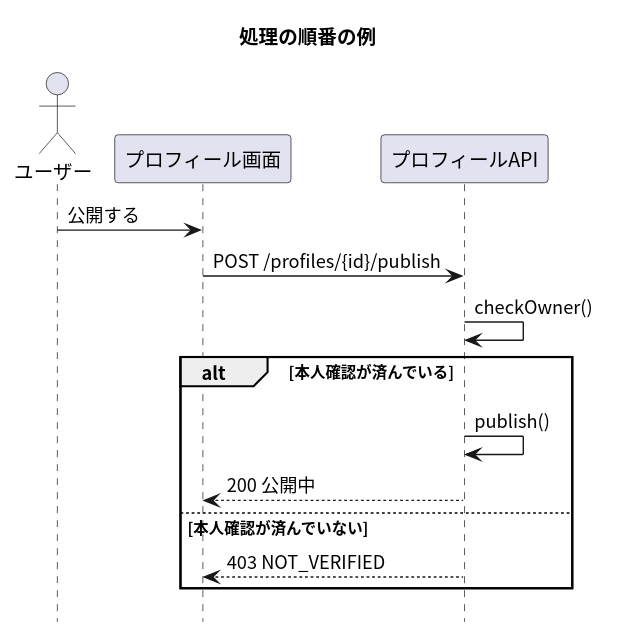
Earlier version of the PlantUML export docs/examples/処理の順番.svg (masamasamasato/design-doc-template). Its source is kept beside it as docs/examples/処理の順番.puml. Its diagram source:
```plantuml
@startuml
skinparam shadowing false
skinparam defaultFontName "Noto Sans CJK JP"
skinparam SequenceFontName "Noto Sans CJK JP"
hide footbox

title 処理の順番の例

actor "ユーザー" as User
participant "プロフィール画面" as Screen
participant "プロフィールAPI" as API

User -> Screen : 公開する
Screen -> API : POST /profiles/{id}/publish
API -> API : checkOwner()
alt 本人確認が済んでいる
  API -> API : publish()
  API --> Screen : 200 公開中
else 本人確認が済んでいない
  API --> Screen : 403 NOT_VERIFIED
end
@enduml
```
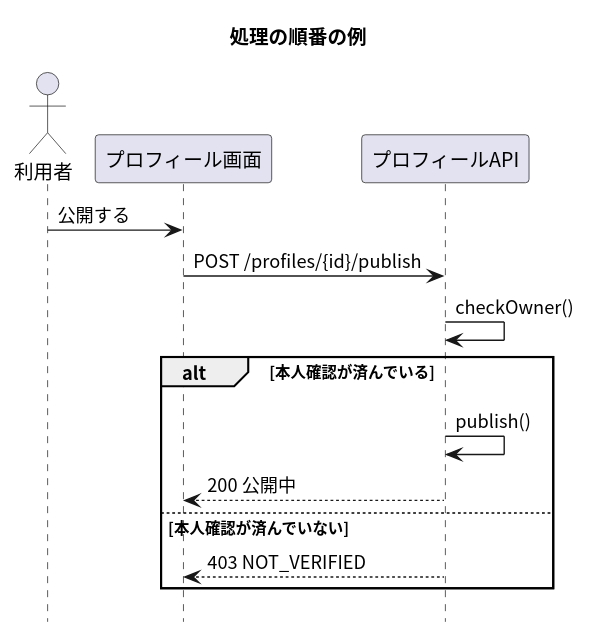
After the commit.

What changed in the source:
```diff
@@ -6,7 +6,7 @@
 
 title 処理の順番の例
 
-actor "ユーザー" as User
+actor "利用者" as User
 participant "プロフィール画面" as Screen
 participant "プロフィールAPI" as API
 
```
